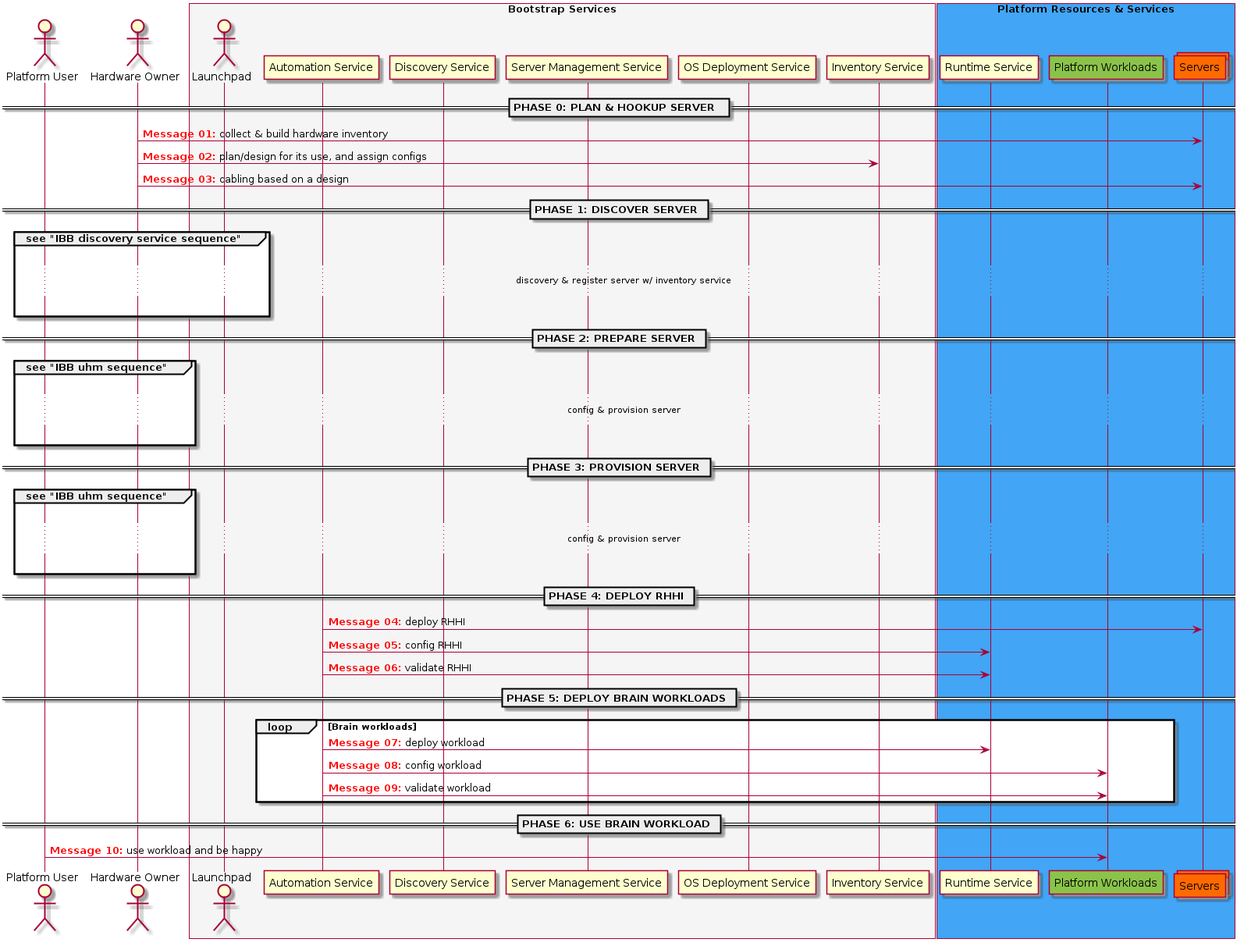
Above: content/images/ibb/ibb rhhi setup sequence.png in fengxia41103/myblog (PlantUML), before the change. Its diagram source:
```plantuml
@startuml

autonumber "<font color=red><b>Message 00:"

actor "Platform User" as User
actor "Hardware Owner" as Owner

box "Bootstrap Services" #F5F5F5
  actor Launchpad
  participant "Automation Service" as Tower
  participant "Discovery Service" as Discovery
  participant "Server Management Service" as LXCA
  participant "OS Deployment Service" as Provisioning
  participant "Inventory Service" as Netbox
end box

box "Platform Resources & Services" #42A5F5
  participant "Runtime Service" as RHHI
  participant "Platform Workloads" as Workload #8bc34a
  collections Servers #ff6a00
end box

== PHASE 0: PLAN & HOOKUP SERVER  ==

Owner -> Servers: collect & build hardware inventory
Owner -> Netbox: plan/design for its use, and assign configs
Owner -> Servers: cabling based on a design

== PHASE 1: DISCOVER SERVER ==

group see "IBB discovery service sequence"
  |||
  ... discovery & register server w/ inventory service ...
  |||
end

== PHASE 2: PREPARE SERVER ==

group see "IBB uhm sequence"
  |||
  ... config & provision server ...
  |||
end

== PHASE 3: PROVISION SERVER ==

group see "IBB uhm sequence"
  |||
  ... config & provision server ...
  |||
end

== PHASE 4: DEPLOY RHHI ==

Tower -> Servers: deploy RHHI
Tower -> RHHI: config RHHI
Tower -> RHHI: validate RHHI

== PHASE 5: DEPLOY BRAIN WORKLOADS ==

loop Brain workloads
  Tower -> RHHI: deploy workload
  Tower -> Workload: config workload
  Tower -> Workload: validate workload
end

== PHASE 6: USE BRAIN WORKLOAD ==

User -> Workload: use workload and be happy

@enduml
```
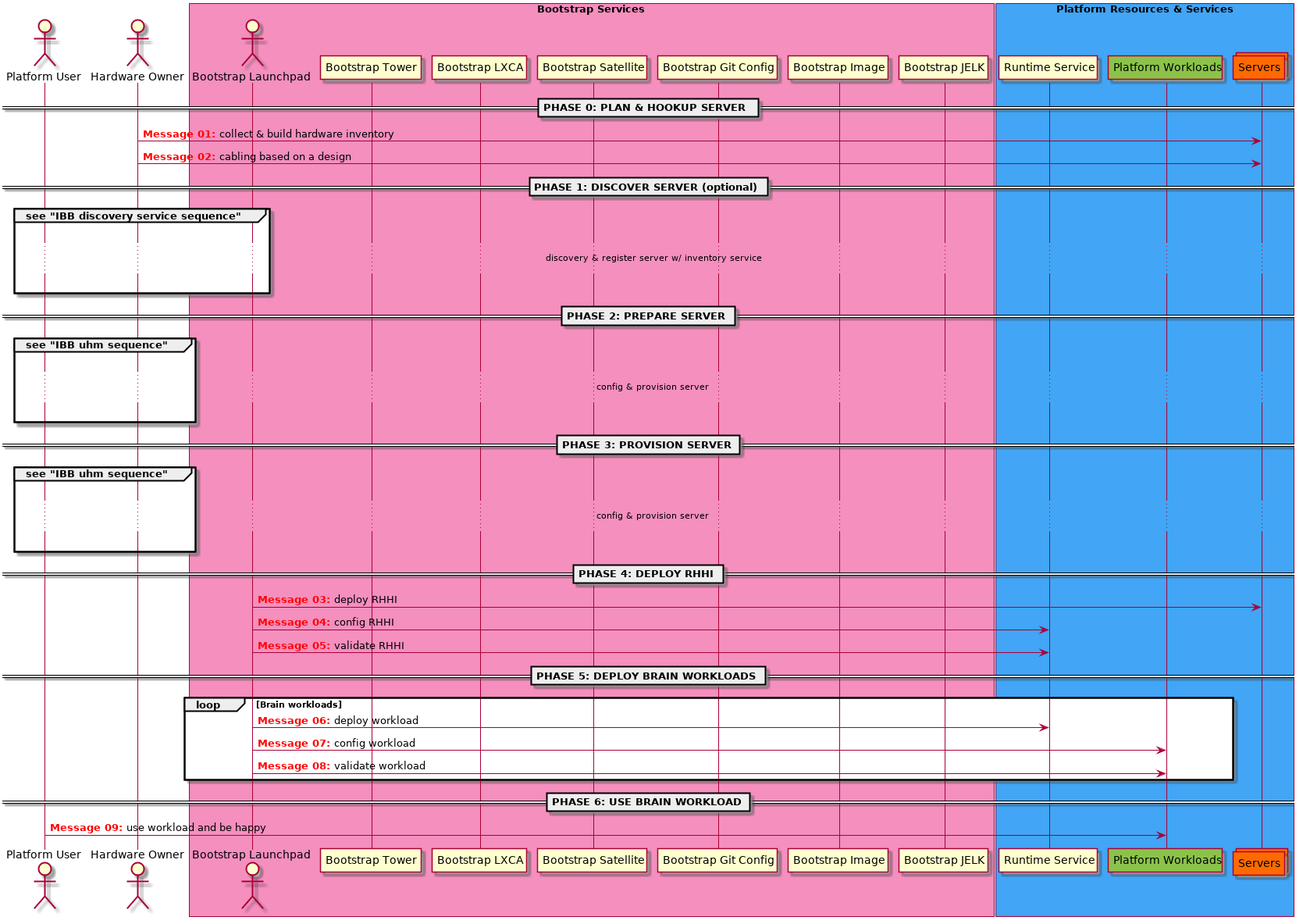
After the commit.

What changed in the source:
```diff
@@ -5,14 +5,16 @@
 actor "Platform User" as User
 actor "Hardware Owner" as Owner
 
-box "Bootstrap Services" #F5F5F5
-  actor Launchpad
-  participant "Automation Service" as Tower
-  participant "Discovery Service" as Discovery
-  participant "Server Management Service" as LXCA
-  participant "OS Deployment Service" as Provisioning
-  participant "Inventory Service" as Netbox
+box "Bootstrap Services" #F48FBE
+  actor "Bootstrap Launchpad" as Launchpad
+  participant "Bootstrap Tower" as Tower
+  participant "Bootstrap LXCA" as LXCA
+  participant "Bootstrap Satellite" as Satellite
+  participant "Bootstrap Git Config" as Config
+  participant "Bootstrap Image" as Image
+  participant "Bootstrap JELK" as jelk
 end box
+
 
 box "Platform Resources & Services" #42A5F5
   participant "Runtime Service" as RHHI
@@ -23,10 +25,9 @@
 == PHASE 0: PLAN & HOOKUP SERVER  ==
 
 Owner -> Servers: collect & build hardware inventory
-Owner -> Netbox: plan/design for its use, and assign configs
 Owner -> Servers: cabling based on a design
 
-== PHASE 1: DISCOVER SERVER ==
+== PHASE 1: DISCOVER SERVER (optional) ==
 
 group see "IBB discovery service sequence"
   |||
@@ -52,16 +53,17 @@
 
 == PHASE 4: DEPLOY RHHI ==
 
-Tower -> Servers: deploy RHHI
-Tower -> RHHI: config RHHI
-Tower -> RHHI: validate RHHI
+
+Launchpad -> Servers: deploy RHHI
+Launchpad -> RHHI: config RHHI
+Launchpad -> RHHI: validate RHHI
 
 == PHASE 5: DEPLOY BRAIN WORKLOADS ==
 
 loop Brain workloads
-  Tower -> RHHI: deploy workload
-  Tower -> Workload: config workload
-  Tower -> Workload: validate workload
+  Launchpad -> RHHI: deploy workload
+  Launchpad -> Workload: config workload
+  Launchpad -> Workload: validate workload
 end
 
 == PHASE 6: USE BRAIN WORKLOAD ==
```
